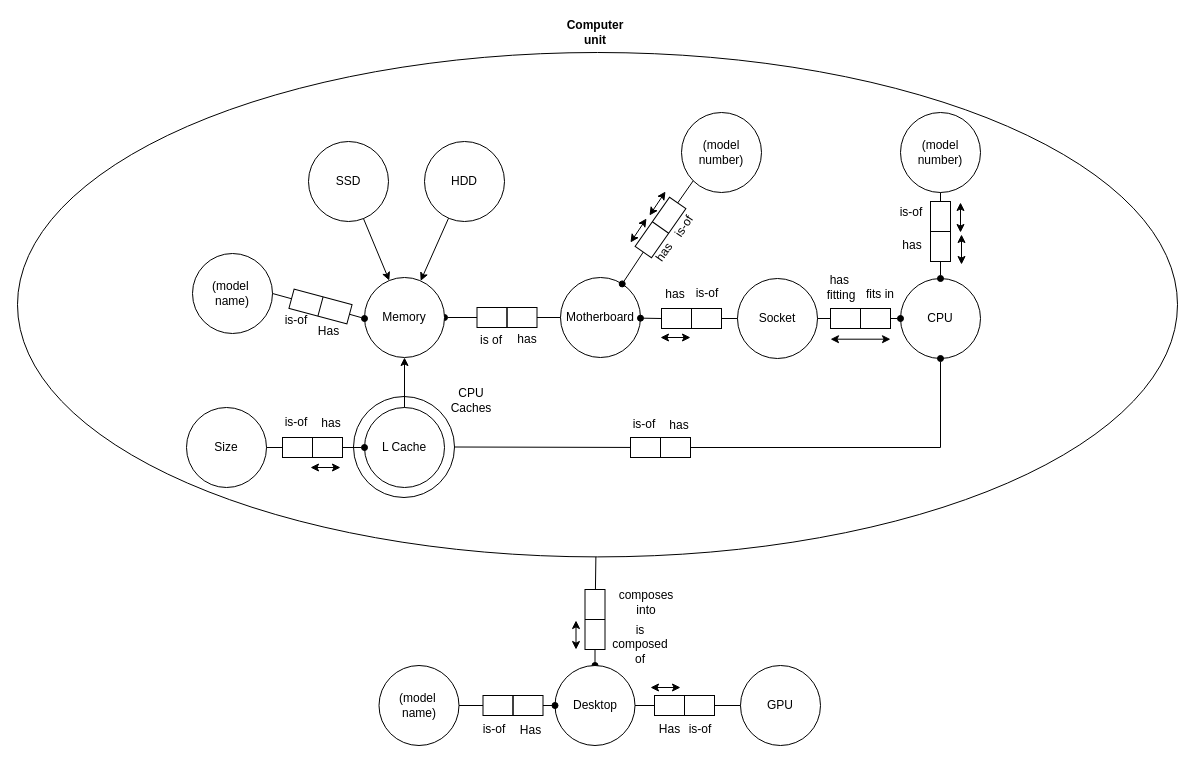
The draw.io diagram Concept-7.1.2.drawio in DenelDuck/drawio, before the edit. Source tidied: cells renumbered, new cells numbered last; positions are measured from the earlier drawing's top-left corner, leaving out a move shared by most shapes. Both pictures are drawn from the tidied source at 100%, with x=0, y=0 at pixel (17, 17).
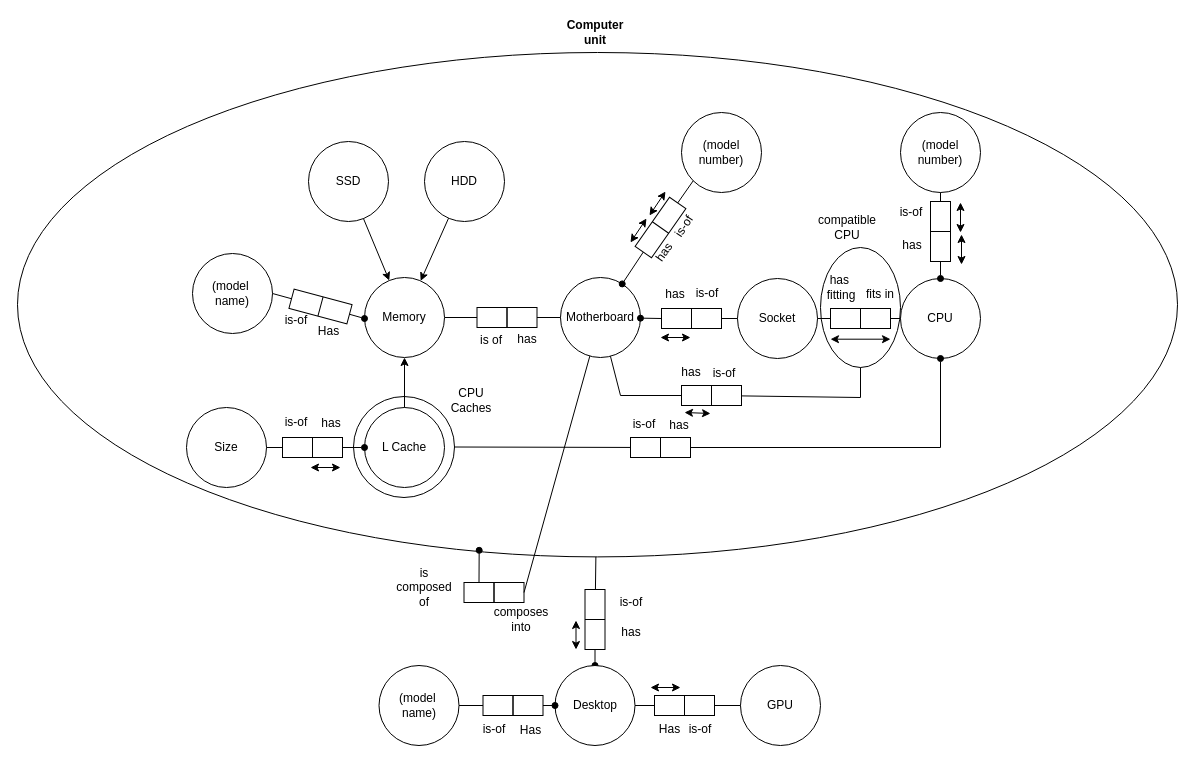
Above is the later version.

The change refers to these unchanged cells:
```xml
<mxCell id="2" style="ellipse;whiteSpace=wrap;html=1;" parent="1" vertex="1">
  <mxGeometry y="35" width="1160" height="504.4" as="geometry" />
</mxCell>
<mxCell id="4" value="Motherboard" style="ellipse;whiteSpace=wrap;html=1;" parent="1" vertex="1">
  <mxGeometry x="543" y="260" width="80" height="80" as="geometry" />
</mxCell>
<mxCell id="10" style="shape=process;whiteSpace=wrap;html=1;backgroundOutline=1;size=0.5;" parent="1" vertex="1">
  <mxGeometry x="459.5" y="290" width="60" height="20" as="geometry" />
</mxCell>
<mxCell id="35" value="&lt;div&gt;CPU&lt;/div&gt;" style="ellipse;whiteSpace=wrap;html=1;" parent="1" vertex="1">
  <mxGeometry x="883" y="261" width="80" height="80" as="geometry" />
</mxCell>
<mxCell id="44" style="shape=process;whiteSpace=wrap;html=1;backgroundOutline=1;size=0.5;rotation=0;" parent="1" vertex="1">
  <mxGeometry x="813" y="291" width="60" height="20" as="geometry" />
</mxCell>
<mxCell id="51" value="Memory" style="ellipse;whiteSpace=wrap;html=1;" parent="1" vertex="1">
  <mxGeometry x="347" y="260" width="80" height="80" as="geometry" />
</mxCell>
```

What changed in the source:
```diff
@@
+    <mxCell id="88" style="ellipse;whiteSpace=wrap;html=1;" parent="1" vertex="1">
+      <mxGeometry x="803" y="230" width="80" height="120" as="geometry" />
+    </mxCell>
@@
-    <mxCell id="7" value="is composed of" style="text;html=1;strokeColor=none;fillColor=none;align=center;verticalAlign=middle;whiteSpace=wrap;rounded=0;" parent="1" vertex="1">
-      <mxGeometry x="592.5" y="612" width="60" height="30" as="geometry" />
+    <mxCell id="7" value="has" style="text;html=1;strokeColor=none;fillColor=none;align=center;verticalAlign=middle;whiteSpace=wrap;rounded=0;" parent="1" vertex="1">
+      <mxGeometry x="584" y="600" width="60" height="30" as="geometry" />
     </mxCell>
-    <mxCell id="8" value="composes into" style="text;html=1;strokeColor=none;fillColor=none;align=center;verticalAlign=middle;whiteSpace=wrap;rounded=0;" parent="1" vertex="1">
-      <mxGeometry x="598.5" y="570" width="60" height="30" as="geometry" />
+    <mxCell id="8" value="is-of" style="text;html=1;strokeColor=none;fillColor=none;align=center;verticalAlign=middle;whiteSpace=wrap;rounded=0;" parent="1" vertex="1">
+      <mxGeometry x="584" y="570" width="60" height="30" as="geometry" />
     </mxCell>
@@
-    <mxCell id="11" style="endArrow=none;html=1;rounded=0;entryX=0;entryY=0.5;entryDx=0;entryDy=0;startArrow=oval;startFill=1;" parent="1" edge="1" source="51" target="10">
+    <mxCell id="11" style="endArrow=none;html=1;rounded=0;entryX=0;entryY=0.5;entryDx=0;entryDy=0;startArrow=none;startFill=0;" parent="1" edge="1" source="51" target="10">
       <mxGeometry relative="1" as="geometry" />
     </mxCell>
@@
-    <mxCell id="45" style="endArrow=oval;html=1;rounded=0;entryX=0;entryY=0.5;entryDx=0;entryDy=0;exitX=1;exitY=0.5;exitDx=0;exitDy=0;endFill=1;" parent="1" edge="1" source="44" target="35">
+    <mxCell id="45" style="endArrow=none;html=1;rounded=0;entryX=0;entryY=0.5;entryDx=0;entryDy=0;exitX=1;exitY=0.5;exitDx=0;exitDy=0;endFill=0;" parent="1" edge="1" source="44" target="35">
       <mxGeometry relative="1" as="geometry" />
     </mxCell>
@@
+    <mxCell id="89" style="shape=process;whiteSpace=wrap;html=1;backgroundOutline=1;size=0.5;" parent="1" vertex="1">
+      <mxGeometry x="446.5" y="565" width="60" height="20" as="geometry" />
+    </mxCell>
+    <mxCell id="90" style="endArrow=none;html=1;rounded=0;exitX=1;exitY=0.5;exitDx=0;exitDy=0;" parent="1" edge="1" source="89" target="4">
+      <mxGeometry relative="1" as="geometry" />
+    </mxCell>
+    <mxCell id="91" style="endArrow=oval;html=1;rounded=0;exitX=0.25;exitY=0;exitDx=0;exitDy=0;entryX=0.398;entryY=0.987;entryDx=0;entryDy=0;entryPerimeter=0;startArrow=none;startFill=0;endFill=1;" parent="1" edge="1" source="89" target="2">
+      <mxGeometry relative="1" as="geometry" />
+    </mxCell>
+    <mxCell id="92" value="is composed of" style="text;html=1;strokeColor=none;fillColor=none;align=center;verticalAlign=middle;whiteSpace=wrap;rounded=0;" parent="1" vertex="1">
+      <mxGeometry x="377" y="555" width="60" height="30" as="geometry" />
+    </mxCell>
+    <mxCell id="93" value="composes into" style="text;html=1;strokeColor=none;fillColor=none;align=center;verticalAlign=middle;whiteSpace=wrap;rounded=0;" parent="1" vertex="1">
+      <mxGeometry x="474" y="587" width="60" height="30" as="geometry" />
+    </mxCell>
+    <mxCell id="94" value="&lt;div&gt;compatible&lt;/div&gt;&lt;div&gt;CPU&lt;br&gt;&lt;/div&gt;" style="text;html=1;strokeColor=none;fillColor=none;align=center;verticalAlign=middle;whiteSpace=wrap;rounded=0;" parent="1" vertex="1">
+      <mxGeometry x="800" y="195" width="60" height="30" as="geometry" />
+    </mxCell>
+    <mxCell id="95" style="shape=process;whiteSpace=wrap;html=1;backgroundOutline=1;size=0.5;" parent="1" vertex="1">
+      <mxGeometry x="664" y="368" width="60" height="20" as="geometry" />
+    </mxCell>
+    <mxCell id="96" style="endArrow=none;html=1;rounded=0;entryX=0.5;entryY=1;entryDx=0;entryDy=0;" parent="1" edge="1" source="95" target="88">
+      <mxGeometry relative="1" as="geometry">
+        <Array as="points">
+          <mxPoint x="843" y="380" />
+        </Array>
+      </mxGeometry>
+    </mxCell>
+    <mxCell id="97" style="endArrow=none;html=1;rounded=0;" parent="1" edge="1" source="4" target="95">
+      <mxGeometry relative="1" as="geometry">
+        <Array as="points">
+          <mxPoint x="603" y="378" />
+        </Array>
+      </mxGeometry>
+    </mxCell>
+    <mxCell id="98" value="has" style="text;html=1;strokeColor=none;fillColor=none;align=center;verticalAlign=middle;whiteSpace=wrap;rounded=0;" parent="1" vertex="1">
+      <mxGeometry x="644" y="340" width="60" height="30" as="geometry" />
+    </mxCell>
+    <mxCell id="99" value="is-of" style="text;html=1;strokeColor=none;fillColor=none;align=center;verticalAlign=middle;whiteSpace=wrap;rounded=0;" parent="1" vertex="1">
+      <mxGeometry x="677" y="341" width="60" height="30" as="geometry" />
+    </mxCell>
+    <mxCell id="100" style="endArrow=classic;startArrow=classic;html=1;rounded=0;" parent="1" edge="1">
+      <mxGeometry relative="1" as="geometry">
+        <mxPoint x="667" y="395" as="sourcePoint" />
+        <mxPoint x="693" y="396" as="targetPoint" />
+      </mxGeometry>
+    </mxCell>
```
